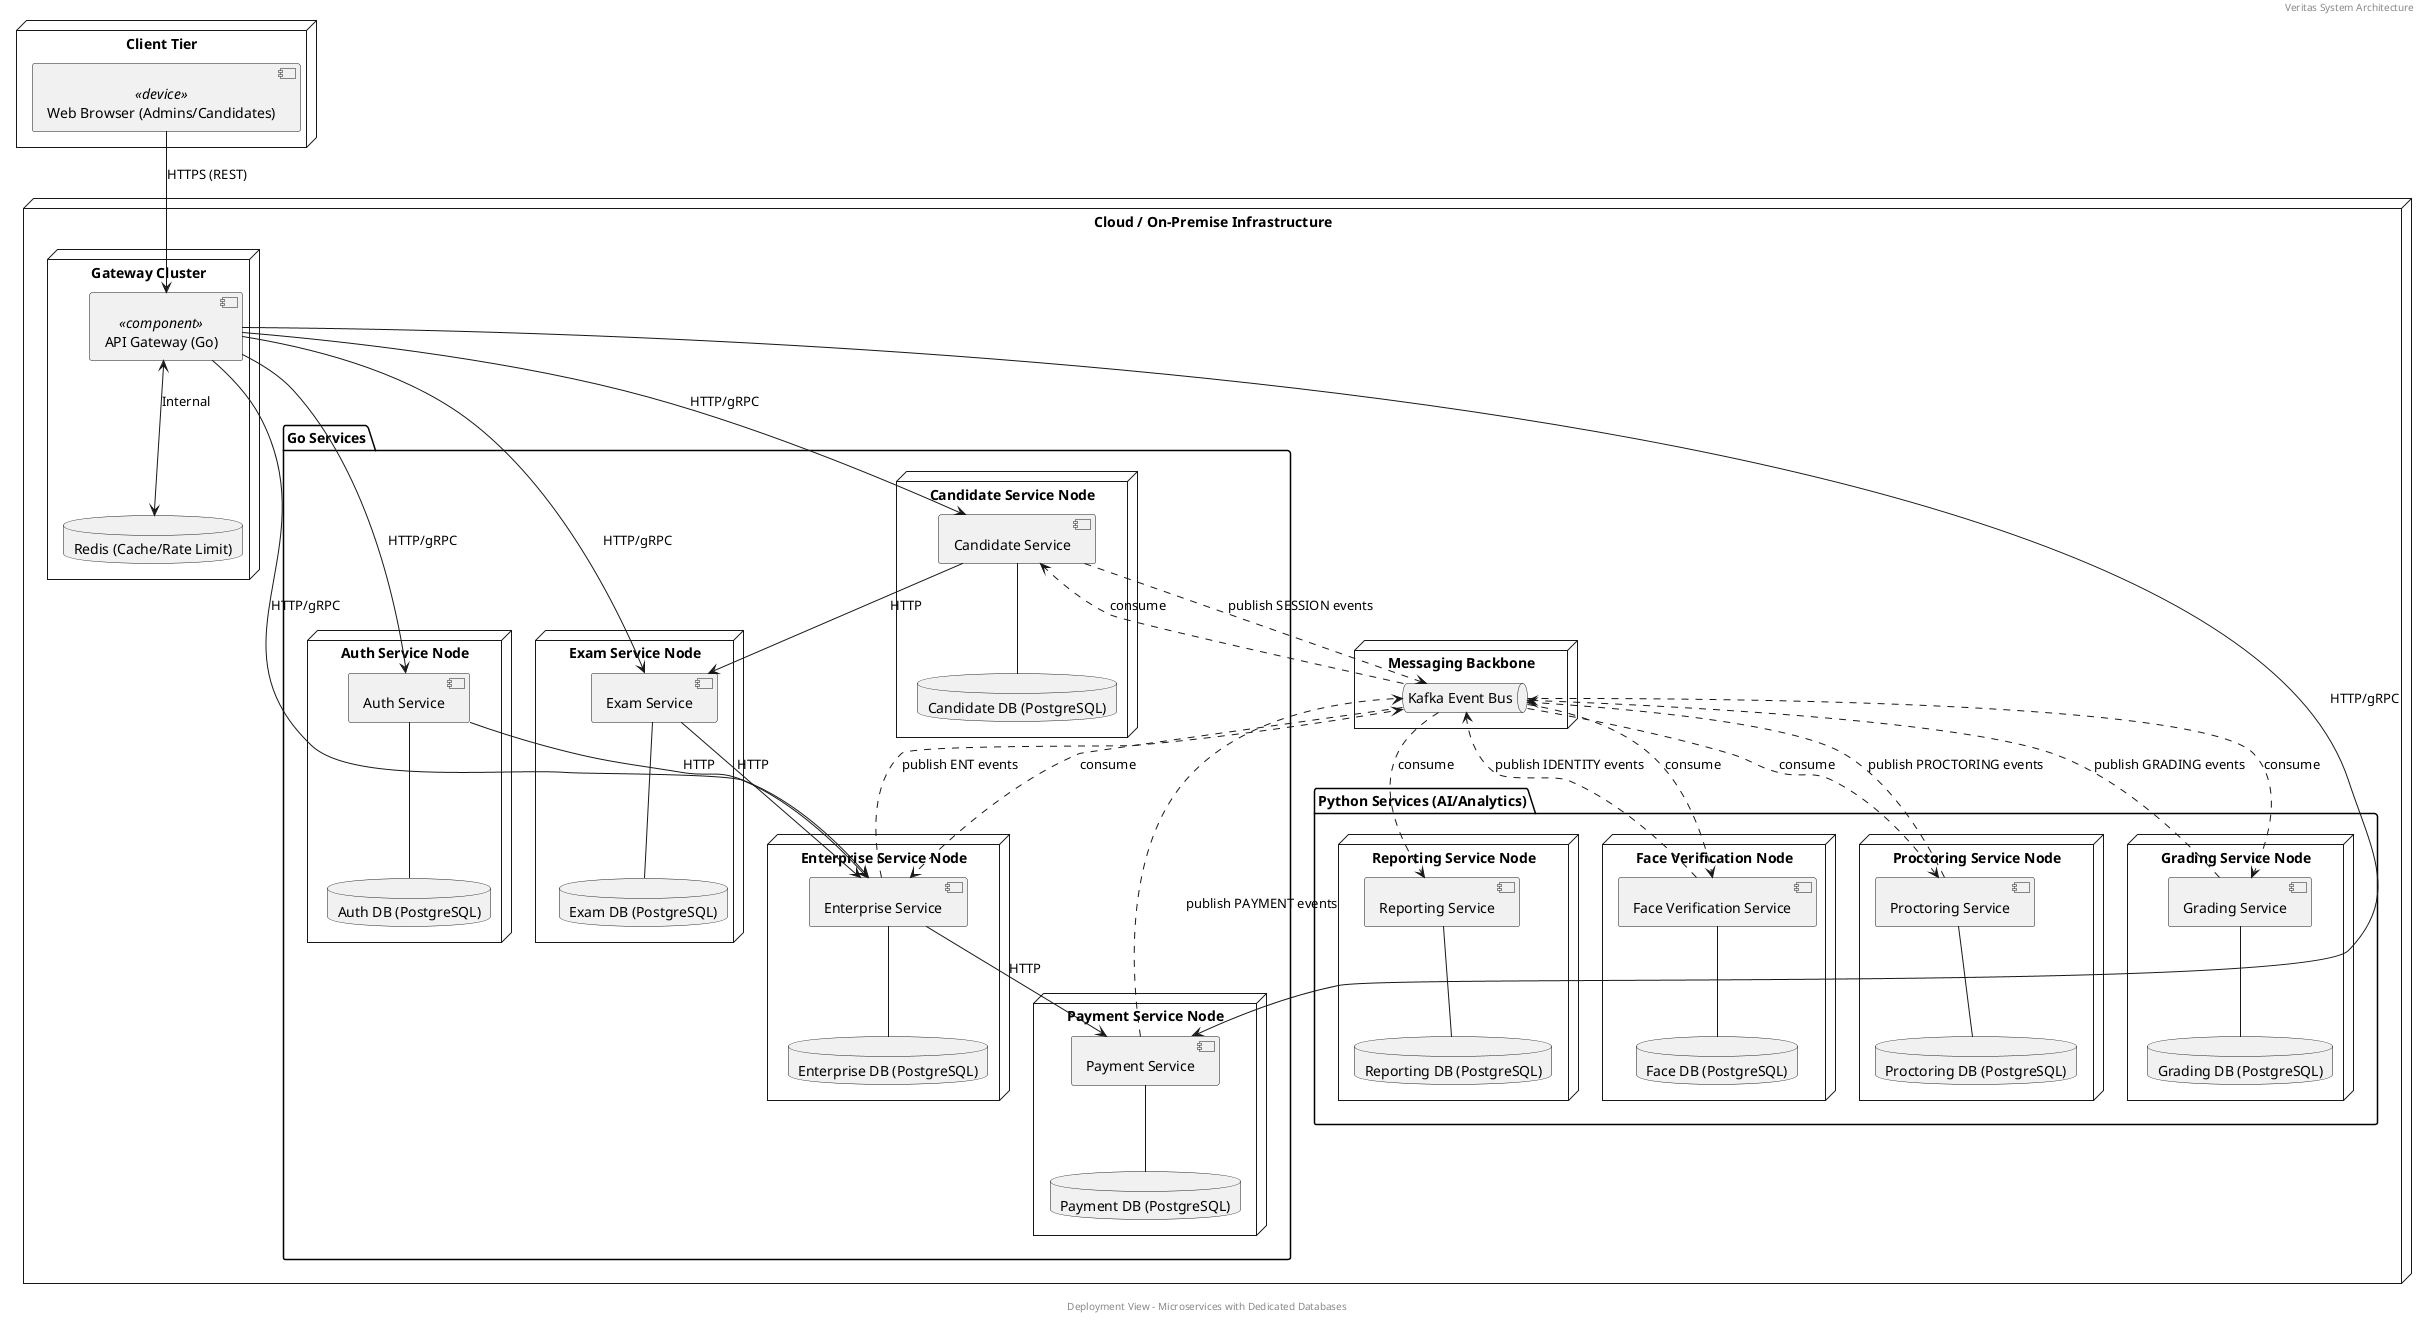
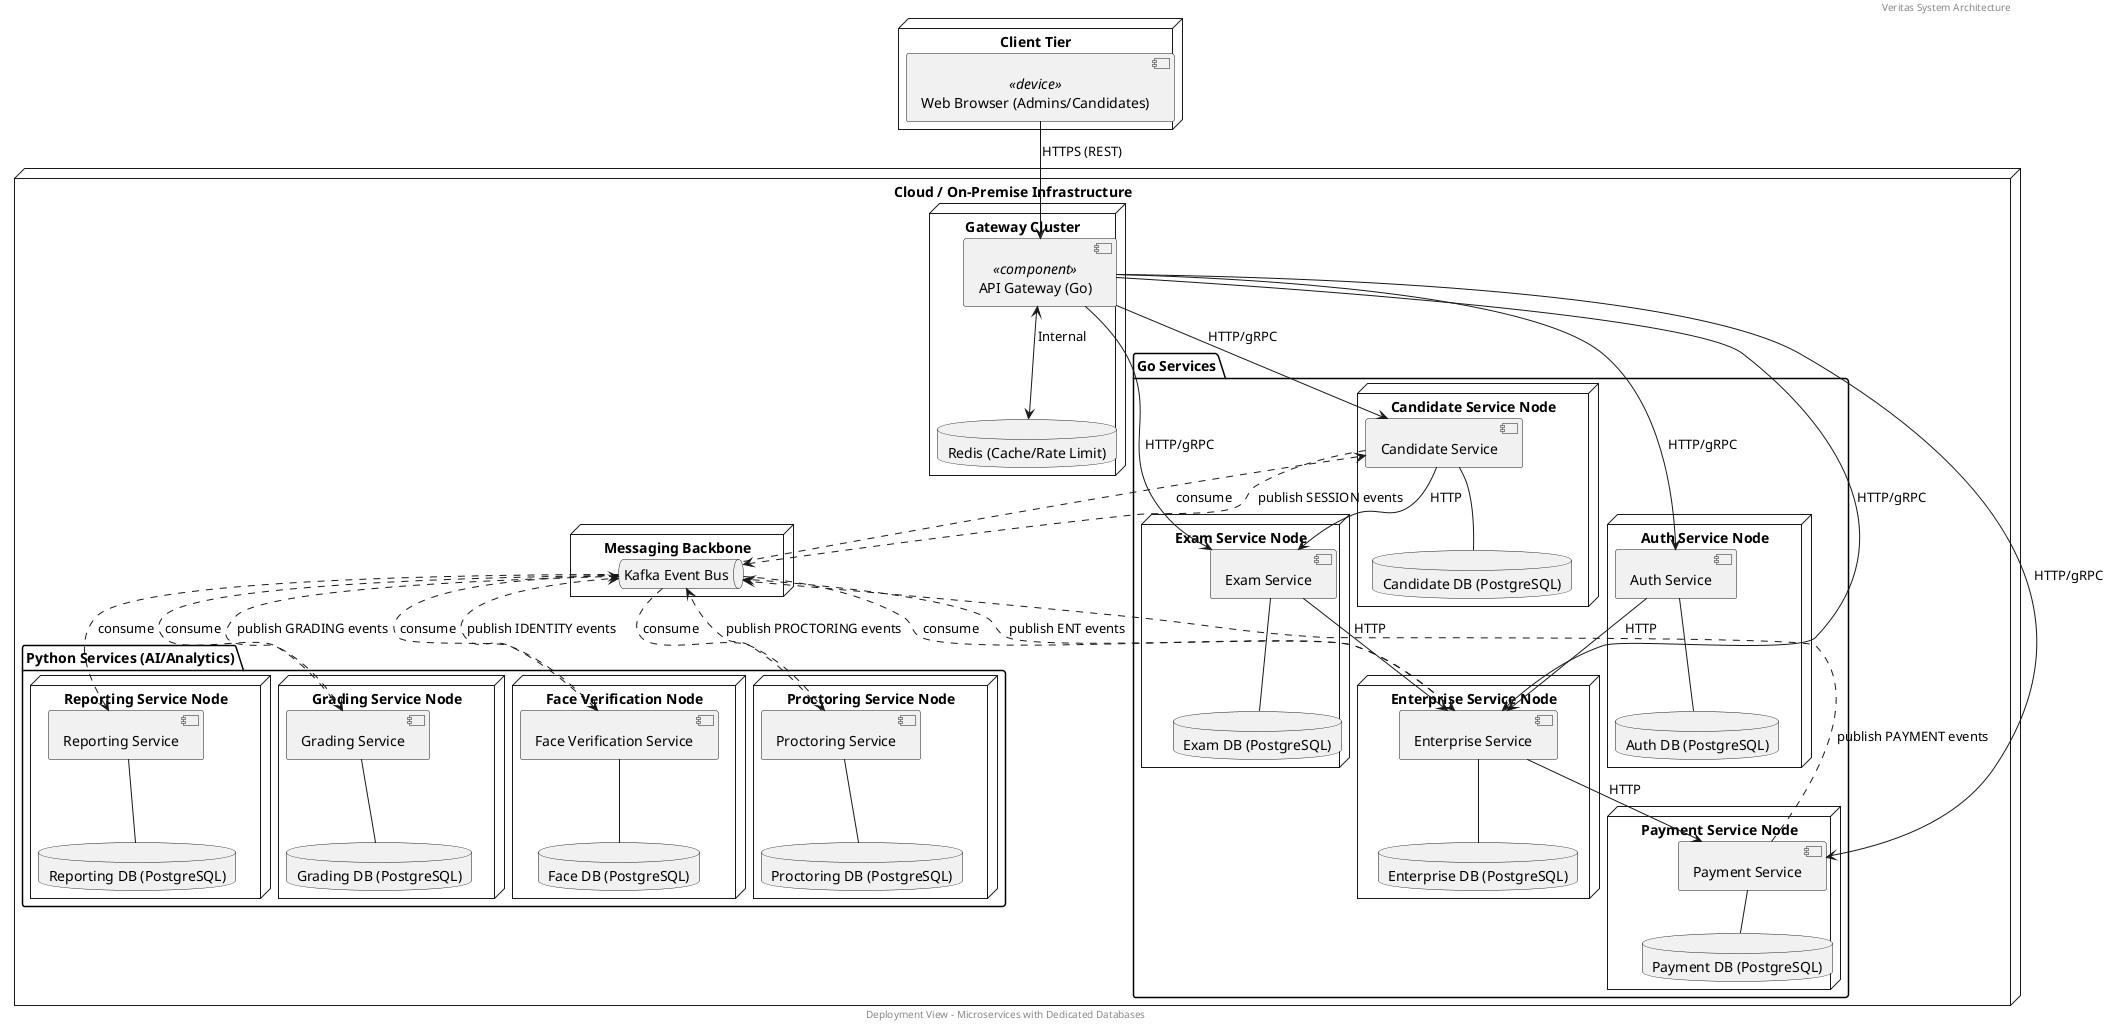
@startuml Veritas Deployment Diagram
+ !pragma layout smetana

header Veritas System Architecture
footer Deployment View - Microservices with Dedicated Databases

node "Client Tier" {
    [Web Browser (Admins/Candidates)] <<device>> as Browser
}

node "Cloud / On-Premise Infrastructure" {

    node "Gateway Cluster" {
        [API Gateway (Go)] <<component>> as Gateway
        database "Redis (Cache/Rate Limit)" as Redis
    }

    node "Messaging Backbone" {
        queue "Kafka Event Bus" as Kafka
    }

    package "Go Services" {
        node "Auth Service Node" {
            [Auth Service] as AuthService
            database "Auth DB (PostgreSQL)" as AuthDB
        }
        node "Enterprise Service Node" {
            [Enterprise Service] as EnterpriseService
            database "Enterprise DB (PostgreSQL)" as EnterpriseDB
        }
        node "Exam Service Node" {
            [Exam Service] as ExamService
            database "Exam DB (PostgreSQL)" as ExamDB
        }
        node "Candidate Service Node" {
            [Candidate Service] as CandidateService
            database "Candidate DB (PostgreSQL)" as CandidateDB
        }
        node "Payment Service Node" {
            [Payment Service] as PaymentService
            database "Payment DB (PostgreSQL)" as PaymentDB
        }
    }

    package "Python Services (AI/Analytics)" {
        node "Proctoring Service Node" {
            [Proctoring Service] as ProctoringService
            database "Proctoring DB (PostgreSQL)" as ProctoringDB
        }
        node "Grading Service Node" {
            [Grading Service] as GradingService
            database "Grading DB (PostgreSQL)" as GradingDB
        }
        node "Reporting Service Node" {
            [Reporting Service] as ReportingService
            database "Reporting DB (PostgreSQL)" as ReportingDB
        }
        node "Face Verification Node" {
            [Face Verification Service] as FaceService
            database "Face DB (PostgreSQL)" as FaceDB
        }
    }
}

' Relationships
Browser --> Gateway : HTTPS (REST)
Gateway <--> Redis : Internal
Gateway --> AuthService : HTTP/gRPC
Gateway --> EnterpriseService : HTTP/gRPC
Gateway --> ExamService : HTTP/gRPC
Gateway --> CandidateService : HTTP/gRPC
Gateway --> PaymentService : HTTP/gRPC

' Service to DB
AuthService -- AuthDB
EnterpriseService -- EnterpriseDB
ExamService -- ExamDB
CandidateService -- CandidateDB
PaymentService -- PaymentDB
ProctoringService -- ProctoringDB
GradingService -- GradingDB
ReportingService -- ReportingDB
FaceService -- FaceDB

' Inter-service comms (Sync)
AuthService --> EnterpriseService : HTTP
ExamService --> EnterpriseService : HTTP
CandidateService --> ExamService : HTTP
EnterpriseService --> PaymentService : HTTP

' Event-Driven (Async via Kafka)
CandidateService ..> Kafka : publish SESSION events
FaceService ..> Kafka : publish IDENTITY events
ProctoringService ..> Kafka : publish PROCTORING events
GradingService ..> Kafka : publish GRADING events
PaymentService ..> Kafka : publish PAYMENT events
EnterpriseService ..> Kafka : publish ENT events

Kafka ..> FaceService : consume
Kafka ..> ProctoringService : consume
Kafka ..> GradingService : consume
Kafka ..> ReportingService : consume
Kafka ..> CandidateService : consume
Kafka ..> EnterpriseService : consume

@enduml
